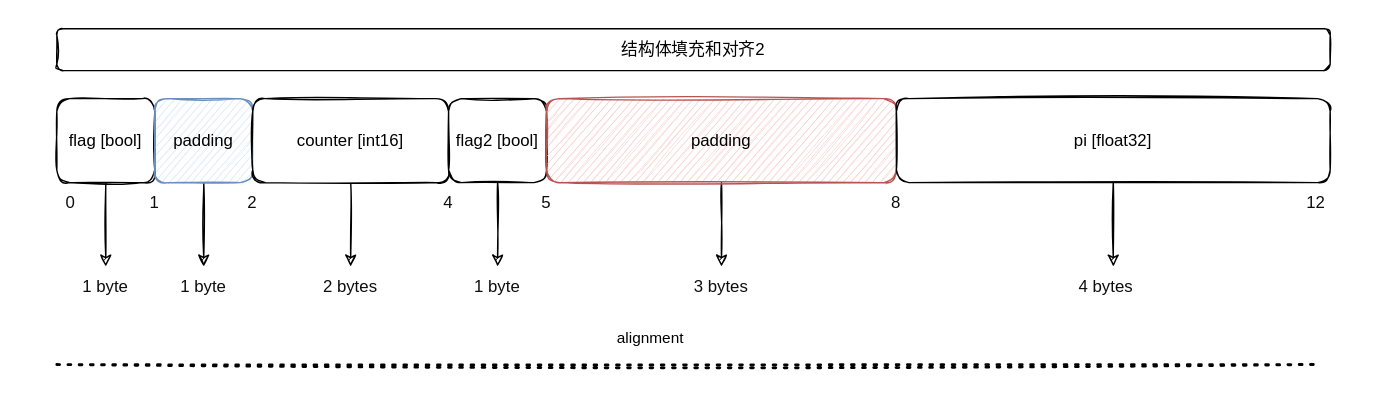
cd-home/Root keeps this draw.io diagram as 04-Go程序设计/04-Books/01-The Ultimate Go Notebook/images/struct_alignment2.svg. Above is the earlier version. Source tidied: cells renumbered, new cells last; positions are measured from the earlier drawing's top-left corner, leaving out a move shared by most shapes.
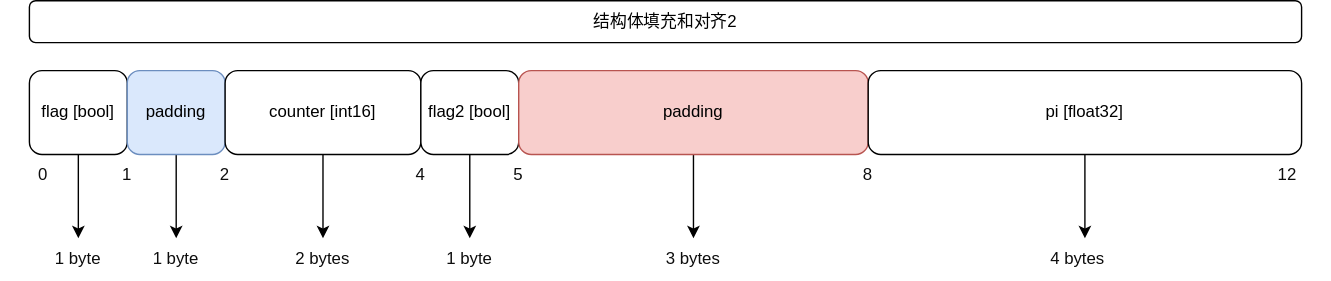
Later version of the same file.

The edit, as a diff of the source:
```diff
@@ -2,105 +2,94 @@
   <root>
     <mxCell id="0" />
     <mxCell id="1" parent="0" />
-    <mxCell id="2" value="结构体填充和对齐2" style="rounded=1;whiteSpace=wrap;html=1;sketch=1;" parent="1" vertex="1">
+    <mxCell id="2" value="结构体填充和对齐2" style="rounded=1;whiteSpace=wrap;html=1;" parent="1" vertex="1">
       <mxGeometry x="20" width="910" height="30" as="geometry" />
     </mxCell>
-    <mxCell id="3" style="edgeStyle=orthogonalEdgeStyle;rounded=0;sketch=1;jettySize=auto;html=1;fontColor=#0D0D0D;" parent="1" edge="1" source="4">
+    <mxCell id="3" style="edgeStyle=orthogonalEdgeStyle;rounded=0;jettySize=auto;html=1;fontColor=#0D0D0D;" parent="1" edge="1" source="4">
       <mxGeometry relative="1" as="geometry">
         <mxPoint x="55" y="170" as="targetPoint" />
       </mxGeometry>
     </mxCell>
-    <mxCell id="4" value="flag [bool]" style="rounded=1;whiteSpace=wrap;html=1;sketch=1;" parent="1" vertex="1">
+    <mxCell id="4" value="flag [bool]" style="rounded=1;whiteSpace=wrap;html=1;" parent="1" vertex="1">
       <mxGeometry x="20" y="50" width="70" height="60" as="geometry" />
     </mxCell>
-    <mxCell id="5" style="endArrow=none;dashed=1;html=1;dashPattern=1 3;strokeWidth=2;rounded=0;sketch=1;" parent="1" edge="1">
-      <mxGeometry relative="1" as="geometry">
-        <mxPoint x="20" y="240" as="sourcePoint" />
-        <mxPoint x="921" y="240" as="targetPoint" />
-      </mxGeometry>
-    </mxCell>
-    <mxCell id="6" value="alignment" style="edgeLabel;html=1;align=center;verticalAlign=middle;sketch=1;" parent="5" vertex="1">
-      <mxGeometry x="-0.06" y="1" relative="1" as="geometry">
-        <mxPoint y="-19" as="offset" />
-      </mxGeometry>
-    </mxCell>
-    <mxCell id="7" style="edgeStyle=orthogonalEdgeStyle;rounded=0;sketch=1;jettySize=auto;html=1;fontColor=#0D0D0D;" parent="1" edge="1" source="8">
+    <mxCell id="7" style="edgeStyle=orthogonalEdgeStyle;rounded=0;jettySize=auto;html=1;fontColor=#0D0D0D;" parent="1" edge="1" source="8">
       <mxGeometry relative="1" as="geometry">
         <mxPoint x="125" y="170" as="targetPoint" />
       </mxGeometry>
     </mxCell>
-    <mxCell id="8" value="padding" style="rounded=1;whiteSpace=wrap;html=1;sketch=1;fillColor=#dae8fc;strokeColor=#6c8ebf;" parent="1" vertex="1">
+    <mxCell id="8" value="padding" style="rounded=1;whiteSpace=wrap;html=1;fillColor=#dae8fc;strokeColor=#6c8ebf;" parent="1" vertex="1">
       <mxGeometry x="90" y="50" width="70" height="60" as="geometry" />
     </mxCell>
-    <mxCell id="9" style="edgeStyle=orthogonalEdgeStyle;rounded=0;sketch=1;jettySize=auto;html=1;fontColor=#0D0D0D;" parent="1" edge="1" source="10">
+    <mxCell id="9" style="edgeStyle=orthogonalEdgeStyle;rounded=0;jettySize=auto;html=1;fontColor=#0D0D0D;" parent="1" edge="1" source="10">
       <mxGeometry relative="1" as="geometry">
         <mxPoint x="230" y="170" as="targetPoint" />
       </mxGeometry>
     </mxCell>
-    <mxCell id="10" value="counter [int16]" style="rounded=1;whiteSpace=wrap;html=1;sketch=1;" parent="1" vertex="1">
+    <mxCell id="10" value="counter [int16]" style="rounded=1;whiteSpace=wrap;html=1;" parent="1" vertex="1">
       <mxGeometry x="160" y="50" width="140" height="60" as="geometry" />
     </mxCell>
-    <mxCell id="11" style="edgeStyle=orthogonalEdgeStyle;rounded=0;sketch=1;jettySize=auto;html=1;fontColor=#0D0D0D;" parent="1" edge="1" source="12">
+    <mxCell id="11" style="edgeStyle=orthogonalEdgeStyle;rounded=0;jettySize=auto;html=1;fontColor=#0D0D0D;" parent="1" edge="1" source="12">
       <mxGeometry relative="1" as="geometry">
         <mxPoint x="335" y="170" as="targetPoint" />
       </mxGeometry>
     </mxCell>
-    <mxCell id="12" value="flag2 [bool]" style="rounded=1;whiteSpace=wrap;html=1;sketch=1;" parent="1" vertex="1">
+    <mxCell id="12" value="flag2 [bool]" style="rounded=1;whiteSpace=wrap;html=1;" parent="1" vertex="1">
       <mxGeometry x="300" y="50" width="70" height="60" as="geometry" />
     </mxCell>
-    <mxCell id="13" style="edgeStyle=orthogonalEdgeStyle;rounded=0;sketch=1;jettySize=auto;html=1;fontColor=#0D0D0D;" parent="1" edge="1" source="14">
+    <mxCell id="13" style="edgeStyle=orthogonalEdgeStyle;rounded=0;jettySize=auto;html=1;fontColor=#0D0D0D;" parent="1" edge="1" source="14">
       <mxGeometry relative="1" as="geometry">
         <mxPoint x="495" y="170" as="targetPoint" />
       </mxGeometry>
     </mxCell>
-    <mxCell id="14" value="padding" style="rounded=1;whiteSpace=wrap;html=1;sketch=1;fillColor=#f8cecc;strokeColor=#b85450;" parent="1" vertex="1">
+    <mxCell id="14" value="padding" style="rounded=1;whiteSpace=wrap;html=1;fillColor=#f8cecc;strokeColor=#b85450;" parent="1" vertex="1">
       <mxGeometry x="370" y="50" width="250" height="60" as="geometry" />
     </mxCell>
-    <mxCell id="15" style="edgeStyle=orthogonalEdgeStyle;rounded=0;sketch=1;jettySize=auto;html=1;fontColor=#0D0D0D;" parent="1" edge="1" source="16">
+    <mxCell id="15" style="edgeStyle=orthogonalEdgeStyle;rounded=0;jettySize=auto;html=1;fontColor=#0D0D0D;" parent="1" edge="1" source="16">
       <mxGeometry relative="1" as="geometry">
         <mxPoint x="775" y="170" as="targetPoint" />
       </mxGeometry>
     </mxCell>
-    <mxCell id="16" value="pi [float32]" style="rounded=1;whiteSpace=wrap;html=1;sketch=1;" parent="1" vertex="1">
+    <mxCell id="16" value="pi [float32]" style="rounded=1;whiteSpace=wrap;html=1;" parent="1" vertex="1">
       <mxGeometry x="620" y="50" width="310" height="60" as="geometry" />
     </mxCell>
-    <mxCell id="17" value="1 byte" style="text;html=1;strokeColor=none;fillColor=none;align=center;verticalAlign=middle;whiteSpace=wrap;rounded=0;sketch=1;fontColor=#0D0D0D;" parent="1" vertex="1">
+    <mxCell id="17" value="1 byte" style="text;html=1;strokeColor=none;fillColor=none;align=center;verticalAlign=middle;whiteSpace=wrap;rounded=0;fontColor=#0D0D0D;" parent="1" vertex="1">
       <mxGeometry x="25" y="170" width="60" height="30" as="geometry" />
     </mxCell>
-    <mxCell id="18" value="0" style="text;html=1;strokeColor=none;fillColor=none;align=center;verticalAlign=middle;whiteSpace=wrap;rounded=0;sketch=1;fontColor=#0D0D0D;" parent="1" vertex="1">
+    <mxCell id="18" value="0" style="text;html=1;strokeColor=none;fillColor=none;align=center;verticalAlign=middle;whiteSpace=wrap;rounded=0;fontColor=#0D0D0D;" parent="1" vertex="1">
       <mxGeometry y="110" width="60" height="30" as="geometry" />
     </mxCell>
-    <mxCell id="19" value="1" style="text;html=1;strokeColor=none;fillColor=none;align=center;verticalAlign=middle;whiteSpace=wrap;rounded=0;sketch=1;fontColor=#0D0D0D;" parent="1" vertex="1">
+    <mxCell id="19" value="1" style="text;html=1;strokeColor=none;fillColor=none;align=center;verticalAlign=middle;whiteSpace=wrap;rounded=0;fontColor=#0D0D0D;" parent="1" vertex="1">
       <mxGeometry x="60" y="110" width="60" height="30" as="geometry" />
     </mxCell>
-    <mxCell id="20" value="2" style="text;html=1;strokeColor=none;fillColor=none;align=center;verticalAlign=middle;whiteSpace=wrap;rounded=0;sketch=1;fontColor=#0D0D0D;" parent="1" vertex="1">
+    <mxCell id="20" value="2" style="text;html=1;strokeColor=none;fillColor=none;align=center;verticalAlign=middle;whiteSpace=wrap;rounded=0;fontColor=#0D0D0D;" parent="1" vertex="1">
       <mxGeometry x="130" y="110" width="60" height="30" as="geometry" />
     </mxCell>
-    <mxCell id="21" value="4" style="text;html=1;strokeColor=none;fillColor=none;align=center;verticalAlign=middle;whiteSpace=wrap;rounded=0;sketch=1;fontColor=#0D0D0D;" parent="1" vertex="1">
+    <mxCell id="21" value="4" style="text;html=1;strokeColor=none;fillColor=none;align=center;verticalAlign=middle;whiteSpace=wrap;rounded=0;fontColor=#0D0D0D;" parent="1" vertex="1">
       <mxGeometry x="270" y="110" width="60" height="30" as="geometry" />
     </mxCell>
-    <mxCell id="22" value="5" style="text;html=1;strokeColor=none;fillColor=none;align=center;verticalAlign=middle;whiteSpace=wrap;rounded=0;sketch=1;fontColor=#0D0D0D;" parent="1" vertex="1">
+    <mxCell id="22" value="5" style="text;html=1;strokeColor=none;fillColor=none;align=center;verticalAlign=middle;whiteSpace=wrap;rounded=0;fontColor=#0D0D0D;" parent="1" vertex="1">
       <mxGeometry x="340" y="110" width="60" height="30" as="geometry" />
     </mxCell>
-    <mxCell id="23" value="8" style="text;html=1;strokeColor=none;fillColor=none;align=center;verticalAlign=middle;whiteSpace=wrap;rounded=0;sketch=1;fontColor=#0D0D0D;" parent="1" vertex="1">
+    <mxCell id="23" value="8" style="text;html=1;strokeColor=none;fillColor=none;align=center;verticalAlign=middle;whiteSpace=wrap;rounded=0;fontColor=#0D0D0D;" parent="1" vertex="1">
       <mxGeometry x="590" y="110" width="60" height="30" as="geometry" />
     </mxCell>
-    <mxCell id="24" value="12" style="text;html=1;strokeColor=none;fillColor=none;align=center;verticalAlign=middle;whiteSpace=wrap;rounded=0;sketch=1;fontColor=#0D0D0D;" parent="1" vertex="1">
+    <mxCell id="24" value="12" style="text;html=1;strokeColor=none;fillColor=none;align=center;verticalAlign=middle;whiteSpace=wrap;rounded=0;fontColor=#0D0D0D;" parent="1" vertex="1">
       <mxGeometry x="890" y="110" width="60" height="30" as="geometry" />
     </mxCell>
-    <mxCell id="25" value="1 byte" style="text;html=1;strokeColor=none;fillColor=none;align=center;verticalAlign=middle;whiteSpace=wrap;rounded=0;sketch=1;fontColor=#0D0D0D;" parent="1" vertex="1">
+    <mxCell id="25" value="1 byte" style="text;html=1;strokeColor=none;fillColor=none;align=center;verticalAlign=middle;whiteSpace=wrap;rounded=0;fontColor=#0D0D0D;" parent="1" vertex="1">
       <mxGeometry x="95" y="170" width="60" height="30" as="geometry" />
     </mxCell>
-    <mxCell id="26" value="2 bytes" style="text;html=1;strokeColor=none;fillColor=none;align=center;verticalAlign=middle;whiteSpace=wrap;rounded=0;sketch=1;fontColor=#0D0D0D;" parent="1" vertex="1">
+    <mxCell id="26" value="2 bytes" style="text;html=1;strokeColor=none;fillColor=none;align=center;verticalAlign=middle;whiteSpace=wrap;rounded=0;fontColor=#0D0D0D;" parent="1" vertex="1">
       <mxGeometry x="200" y="170" width="60" height="30" as="geometry" />
     </mxCell>
-    <mxCell id="27" value="1 byte" style="text;html=1;strokeColor=none;fillColor=none;align=center;verticalAlign=middle;whiteSpace=wrap;rounded=0;sketch=1;fontColor=#0D0D0D;" parent="1" vertex="1">
+    <mxCell id="27" value="1 byte" style="text;html=1;strokeColor=none;fillColor=none;align=center;verticalAlign=middle;whiteSpace=wrap;rounded=0;fontColor=#0D0D0D;" parent="1" vertex="1">
       <mxGeometry x="305" y="170" width="60" height="30" as="geometry" />
     </mxCell>
-    <mxCell id="28" value="3 bytes" style="text;html=1;strokeColor=none;fillColor=none;align=center;verticalAlign=middle;whiteSpace=wrap;rounded=0;sketch=1;fontColor=#0D0D0D;" parent="1" vertex="1">
+    <mxCell id="28" value="3 bytes" style="text;html=1;strokeColor=none;fillColor=none;align=center;verticalAlign=middle;whiteSpace=wrap;rounded=0;fontColor=#0D0D0D;" parent="1" vertex="1">
       <mxGeometry x="465" y="170" width="60" height="30" as="geometry" />
     </mxCell>
-    <mxCell id="29" value="4 bytes" style="text;html=1;strokeColor=none;fillColor=none;align=center;verticalAlign=middle;whiteSpace=wrap;rounded=0;sketch=1;fontColor=#0D0D0D;" parent="1" vertex="1">
+    <mxCell id="29" value="4 bytes" style="text;html=1;strokeColor=none;fillColor=none;align=center;verticalAlign=middle;whiteSpace=wrap;rounded=0;fontColor=#0D0D0D;" parent="1" vertex="1">
       <mxGeometry x="740" y="170" width="60" height="30" as="geometry" />
     </mxCell>
   </root>
```
